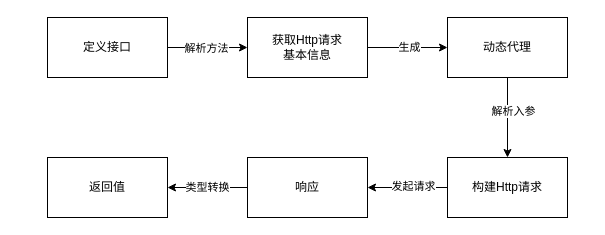
Lainy0605/graduate keeps this draw.io diagram as OpenFeign服务调用流程.drawio. Above is the earlier version. Source tidied: cells renumbered, new cells numbered last; positions are measured from the earlier drawing's top-left corner, leaving out a move shared by most shapes. Both pictures are drawn from the tidied source at 100%, with x=0, y=0 at pixel (47, 17).
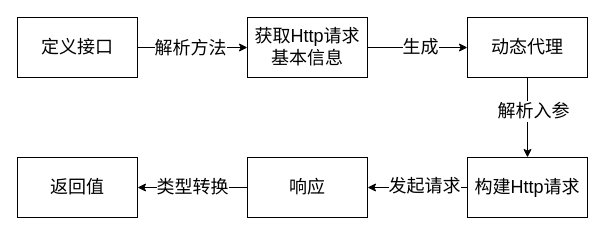
Above is the later version.

Commit message:
更新OpenFeign服务调用流程.drawio

Change to the diagram source:
```diff
@@
 <mxGraphModel>
   <root>
     <mxCell id="0" />
     <mxCell id="1" parent="0" />
-    <mxCell id="2" style="edgeStyle=orthogonalEdgeStyle;rounded=0;jettySize=auto;html=1;entryX=0;entryY=0.5;entryDx=0;entryDy=0;" parent="1" edge="1" source="4" target="7">
+    <mxCell id="2" style="edgeStyle=orthogonalEdgeStyle;rounded=0;jettySize=auto;html=1;entryX=0;entryY=0.5;entryDx=0;entryDy=0;fontSize=18;" parent="1" edge="1" source="4" target="7">
       <mxGeometry relative="1" as="geometry" />
     </mxCell>
-    <mxCell id="3" value="解析方法" style="edgeLabel;html=1;align=center;verticalAlign=middle;" parent="2" vertex="1">
+    <mxCell id="3" value="解析方法" style="edgeLabel;html=1;align=center;verticalAlign=middle;fontSize=18;" parent="2" vertex="1">
       <mxGeometry x="-0.05" y="-3" relative="1" as="geometry">
         <mxPoint y="-3" as="offset" />
       </mxGeometry>
     </mxCell>
-    <mxCell id="4" value="定义接口" style="rounded=0;whiteSpace=wrap;html=1;" parent="1" vertex="1">
-      <mxGeometry width="120" height="60" as="geometry" />
+    <mxCell id="4" value="定义接口" style="rounded=0;whiteSpace=wrap;html=1;fontSize=18;" parent="1" vertex="1">
+      <mxGeometry x="-30" width="120" height="60" as="geometry" />
     </mxCell>
-    <mxCell id="5" style="edgeStyle=orthogonalEdgeStyle;rounded=0;jettySize=auto;html=1;entryX=0;entryY=0.5;entryDx=0;entryDy=0;" parent="1" edge="1" source="7" target="10">
+    <mxCell id="5" style="edgeStyle=orthogonalEdgeStyle;rounded=0;jettySize=auto;html=1;entryX=0;entryY=0.5;entryDx=0;entryDy=0;fontSize=18;" parent="1" edge="1" source="7" target="10">
       <mxGeometry relative="1" as="geometry" />
     </mxCell>
-    <mxCell id="6" value="生成" style="edgeLabel;html=1;align=center;verticalAlign=middle;" parent="5" vertex="1">
+    <mxCell id="6" value="生成" style="edgeLabel;html=1;align=center;verticalAlign=middle;fontSize=18;" parent="5" vertex="1">
       <mxGeometry x="0.03" y="-2" relative="1" as="geometry">
         <mxPoint y="-3" as="offset" />
       </mxGeometry>
     </mxCell>
-    <mxCell id="7" value="获取Http请求&lt;div&gt;基本信息&lt;/div&gt;" style="rounded=0;whiteSpace=wrap;html=1;" parent="1" vertex="1">
+    <mxCell id="7" value="获取Http请求&lt;div&gt;基本信息&lt;/div&gt;" style="rounded=0;whiteSpace=wrap;html=1;fontSize=18;" parent="1" vertex="1">
       <mxGeometry x="200" width="120" height="60" as="geometry" />
     </mxCell>
-    <mxCell id="8" style="edgeStyle=orthogonalEdgeStyle;rounded=0;jettySize=auto;html=1;" parent="1" edge="1" source="10" target="13">
+    <mxCell id="8" style="edgeStyle=orthogonalEdgeStyle;rounded=0;jettySize=auto;html=1;fontSize=18;" parent="1" edge="1" source="10" target="13">
       <mxGeometry relative="1" as="geometry" />
     </mxCell>
-    <mxCell id="9" value="解析&lt;span style=&quot;background-color: light-dark(#ffffff, var(--ge-dark-color, #121212)); color: light-dark(rgb(0, 0, 0), rgb(255, 255, 255));&quot;&gt;入参&lt;/span&gt;" style="edgeLabel;html=1;align=center;verticalAlign=middle;" parent="8" vertex="1">
+    <mxCell id="9" value="解析&lt;span style=&quot;background-color: light-dark(#ffffff, var(--ge-dark-color, #121212)); color: light-dark(rgb(0, 0, 0), rgb(255, 255, 255));&quot;&gt;入参&lt;/span&gt;" style="edgeLabel;html=1;align=center;verticalAlign=middle;fontSize=18;" parent="8" vertex="1">
       <mxGeometry x="-0.17" relative="1" as="geometry">
         <mxPoint x="5" as="offset" />
       </mxGeometry>
     </mxCell>
-    <mxCell id="10" value="动态代理" style="rounded=0;whiteSpace=wrap;html=1;" parent="1" vertex="1">
-      <mxGeometry x="400" width="120" height="60" as="geometry" />
+    <mxCell id="10" value="动态代理" style="rounded=0;whiteSpace=wrap;html=1;fontSize=18;" parent="1" vertex="1">
+      <mxGeometry x="420" width="120" height="60" as="geometry" />
     </mxCell>
-    <mxCell id="11" style="edgeStyle=orthogonalEdgeStyle;rounded=0;jettySize=auto;html=1;entryX=1;entryY=0.5;entryDx=0;entryDy=0;" parent="1" edge="1" source="13" target="15">
+    <mxCell id="11" style="edgeStyle=orthogonalEdgeStyle;rounded=0;jettySize=auto;html=1;entryX=1;entryY=0.5;entryDx=0;entryDy=0;fontSize=18;" parent="1" edge="1" source="13" target="15">
       <mxGeometry relative="1" as="geometry" />
     </mxCell>
-    <mxCell id="12" value="发起请求" style="edgeLabel;html=1;align=center;verticalAlign=middle;" parent="11" vertex="1">
+    <mxCell id="12" value="发起请求" style="edgeLabel;html=1;align=center;verticalAlign=middle;fontSize=18;" parent="11" vertex="1">
       <mxGeometry x="-0.15" y="-2" relative="1" as="geometry">
         <mxPoint x="-1" as="offset" />
       </mxGeometry>
     </mxCell>
-    <mxCell id="13" value="构建Http请求" style="rounded=0;whiteSpace=wrap;html=1;" parent="1" vertex="1">
-      <mxGeometry x="400" y="140" width="120" height="60" as="geometry" />
+    <mxCell id="13" value="构建Http请求" style="rounded=0;whiteSpace=wrap;html=1;fontSize=18;" parent="1" vertex="1">
+      <mxGeometry x="420" y="140" width="120" height="60" as="geometry" />
     </mxCell>
-    <mxCell id="14" value="类型转换" style="edgeStyle=orthogonalEdgeStyle;rounded=0;jettySize=auto;html=1;entryX=1;entryY=0.5;entryDx=0;entryDy=0;" parent="1" edge="1" source="15" target="16">
+    <mxCell id="14" value="类型转换" style="edgeStyle=orthogonalEdgeStyle;rounded=0;jettySize=auto;html=1;entryX=1;entryY=0.5;entryDx=0;entryDy=0;fontSize=18;" parent="1" edge="1" source="15" target="16">
       <mxGeometry relative="1" as="geometry" />
     </mxCell>
-    <mxCell id="15" value="响应" style="rounded=0;whiteSpace=wrap;html=1;" parent="1" vertex="1">
+    <mxCell id="15" value="响应" style="rounded=0;whiteSpace=wrap;html=1;fontSize=18;" parent="1" vertex="1">
       <mxGeometry x="200" y="140" width="120" height="60" as="geometry" />
     </mxCell>
-    <mxCell id="16" value="返回值" style="rounded=0;whiteSpace=wrap;html=1;" parent="1" vertex="1">
-      <mxGeometry y="140" width="120" height="60" as="geometry" />
+    <mxCell id="16" value="返回值" style="rounded=0;whiteSpace=wrap;html=1;fontSize=18;" parent="1" vertex="1">
+      <mxGeometry x="-30" y="140" width="120" height="60" as="geometry" />
     </mxCell>
   </root>
 </mxGraphModel>
```
